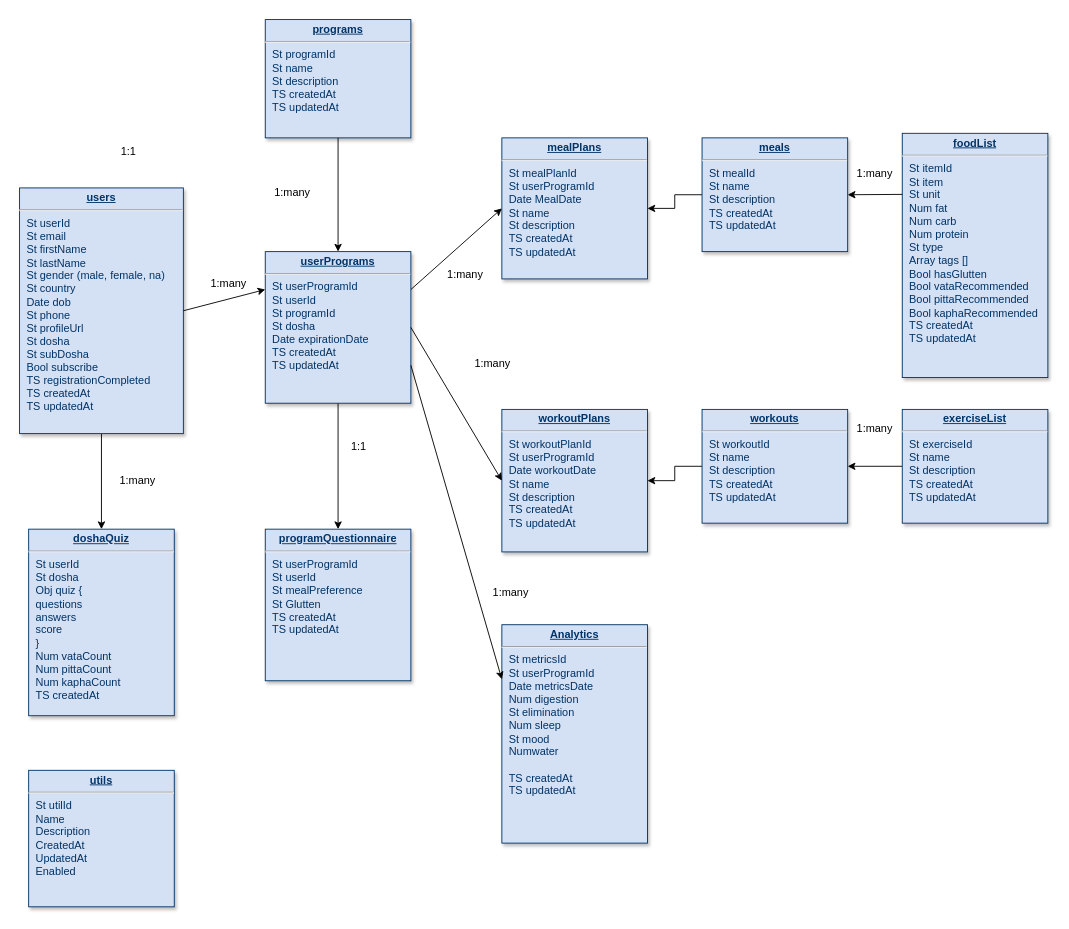
The draw.io diagram Prana Diagram.drawio in jhonnyoddball/mauro218, before the edit. Source tidied: cells renumbered, new cells numbered last; positions are measured from the earlier drawing's top-left corner, leaving out a move shared by most shapes. Both pictures are drawn from the tidied source at 91%, with x=0, y=0 at pixel (19, 19).
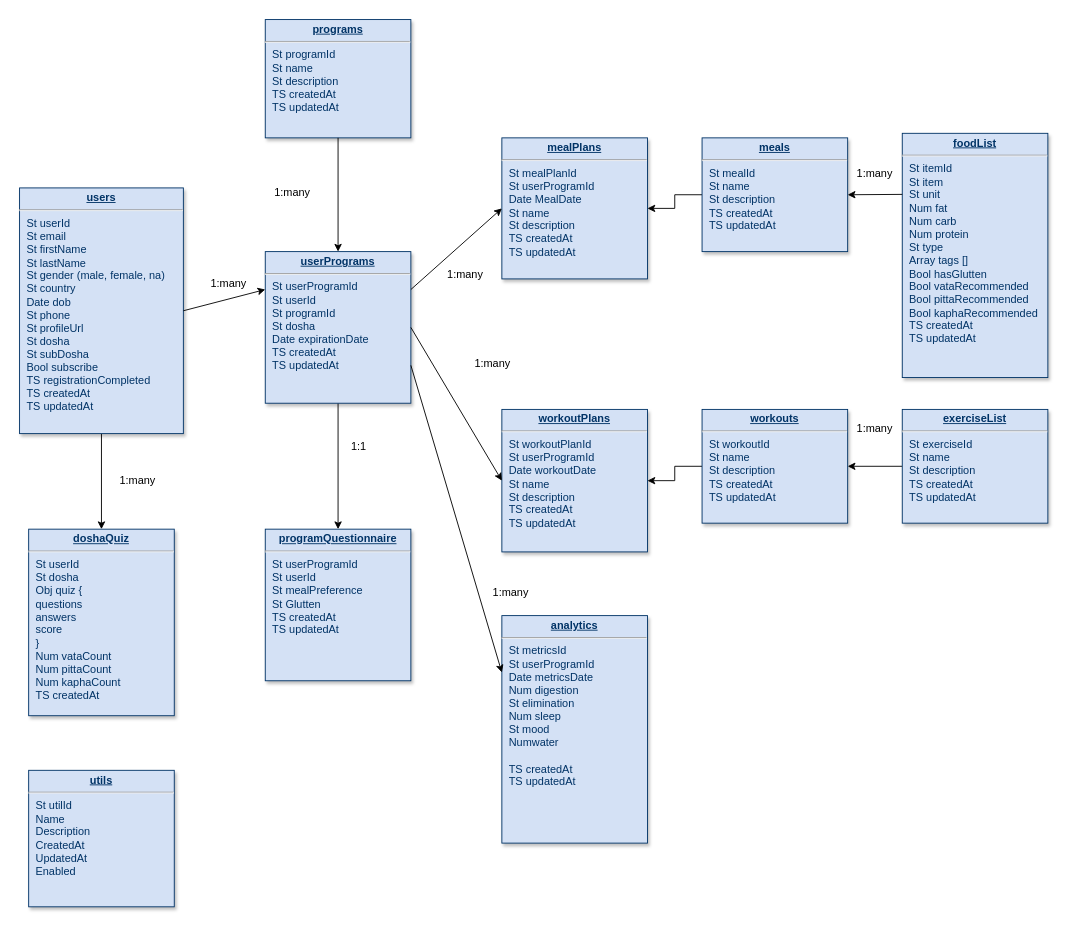
The same page after the edit.

The edit, as a diff of the source:
```diff
@@
-    <mxCell id="25" value="1:1" style="text;html=1;strokeColor=none;fillColor=none;align=center;verticalAlign=middle;whiteSpace=wrap;rounded=0;" parent="1" vertex="1">
-      <mxGeometry x="90" y="130" width="60" height="30" as="geometry" />
-    </mxCell>
@@
-    <mxCell id="33" value="&lt;p style=&quot;margin: 0px ; margin-top: 4px ; text-align: center ; text-decoration: underline&quot;&gt;&lt;strong&gt;Analytics&lt;/strong&gt;&lt;/p&gt;&lt;hr&gt;&lt;p style=&quot;margin: 0px ; margin-left: 8px&quot;&gt;St metricsId&lt;/p&gt;&lt;p style=&quot;margin: 0px ; margin-left: 8px&quot;&gt;St userProgramId&lt;/p&gt;&lt;p style=&quot;margin: 0px ; margin-left: 8px&quot;&gt;Date metricsDate&lt;/p&gt;&lt;p style=&quot;margin: 0px ; margin-left: 8px&quot;&gt;Num digestion&lt;/p&gt;&lt;p style=&quot;margin: 0px ; margin-left: 8px&quot;&gt;St elimination&lt;/p&gt;&lt;p style=&quot;margin: 0px ; margin-left: 8px&quot;&gt;Num sleep&lt;/p&gt;&lt;p style=&quot;margin: 0px ; margin-left: 8px&quot;&gt;St mood&lt;/p&gt;&lt;p style=&quot;margin: 0px ; margin-left: 8px&quot;&gt;Numwater&amp;nbsp;&lt;/p&gt;&lt;p style=&quot;margin: 0px ; margin-left: 8px&quot;&gt;&lt;br&gt;&lt;/p&gt;&lt;p style=&quot;margin: 0px ; margin-left: 8px&quot;&gt;TS createdAt&lt;/p&gt;&lt;p style=&quot;margin: 0px ; margin-left: 8px&quot;&gt;TS updatedAt&lt;/p&gt;&lt;p style=&quot;margin: 0px ; margin-left: 8px&quot;&gt;&lt;br&gt;&lt;/p&gt;" style="verticalAlign=top;align=left;overflow=fill;fontSize=12;fontFamily=Helvetica;html=1;strokeColor=#003366;shadow=1;fillColor=#D4E1F5;fontColor=#003366;" parent="1" vertex="1">
-      <mxGeometry x="530" y="665" width="160" height="240" as="geometry" />
+    <mxCell id="33" value="&lt;p style=&quot;margin: 0px ; margin-top: 4px ; text-align: center ; text-decoration: underline&quot;&gt;&lt;strong&gt;analytics&lt;/strong&gt;&lt;/p&gt;&lt;hr&gt;&lt;p style=&quot;margin: 0px ; margin-left: 8px&quot;&gt;St metricsId&lt;/p&gt;&lt;p style=&quot;margin: 0px ; margin-left: 8px&quot;&gt;St userProgramId&lt;/p&gt;&lt;p style=&quot;margin: 0px ; margin-left: 8px&quot;&gt;Date metricsDate&lt;/p&gt;&lt;p style=&quot;margin: 0px ; margin-left: 8px&quot;&gt;Num digestion&lt;/p&gt;&lt;p style=&quot;margin: 0px ; margin-left: 8px&quot;&gt;St elimination&lt;/p&gt;&lt;p style=&quot;margin: 0px ; margin-left: 8px&quot;&gt;Num sleep&lt;/p&gt;&lt;p style=&quot;margin: 0px ; margin-left: 8px&quot;&gt;St mood&lt;/p&gt;&lt;p style=&quot;margin: 0px ; margin-left: 8px&quot;&gt;Numwater&amp;nbsp;&lt;/p&gt;&lt;p style=&quot;margin: 0px ; margin-left: 8px&quot;&gt;&lt;br&gt;&lt;/p&gt;&lt;p style=&quot;margin: 0px ; margin-left: 8px&quot;&gt;TS createdAt&lt;/p&gt;&lt;p style=&quot;margin: 0px ; margin-left: 8px&quot;&gt;TS updatedAt&lt;/p&gt;&lt;p style=&quot;margin: 0px ; margin-left: 8px&quot;&gt;&lt;br&gt;&lt;/p&gt;" style="verticalAlign=top;align=left;overflow=fill;fontSize=12;fontFamily=Helvetica;html=1;strokeColor=#003366;shadow=1;fillColor=#D4E1F5;fontColor=#003366;" parent="1" vertex="1">
+      <mxGeometry x="530" y="655" width="160" height="250" as="geometry" />
     </mxCell>
```
